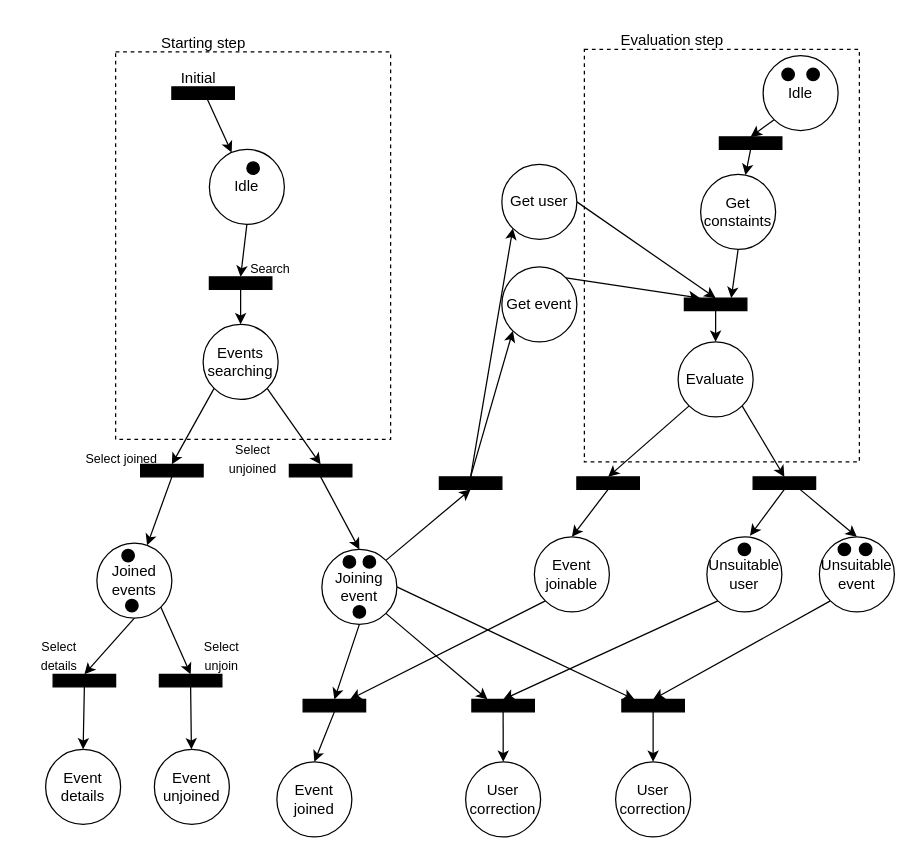
Above: project/UMLpetriNets.drawio in josura/HCI (draw.io), before the change. Source tidied: cells renumbered, new cells numbered last; positions are measured from the earlier drawing's top-left corner, leaving out a move shared by most shapes. Both pictures are drawn from the tidied source at 125%, with x=0, y=0 at pixel (21, 21).
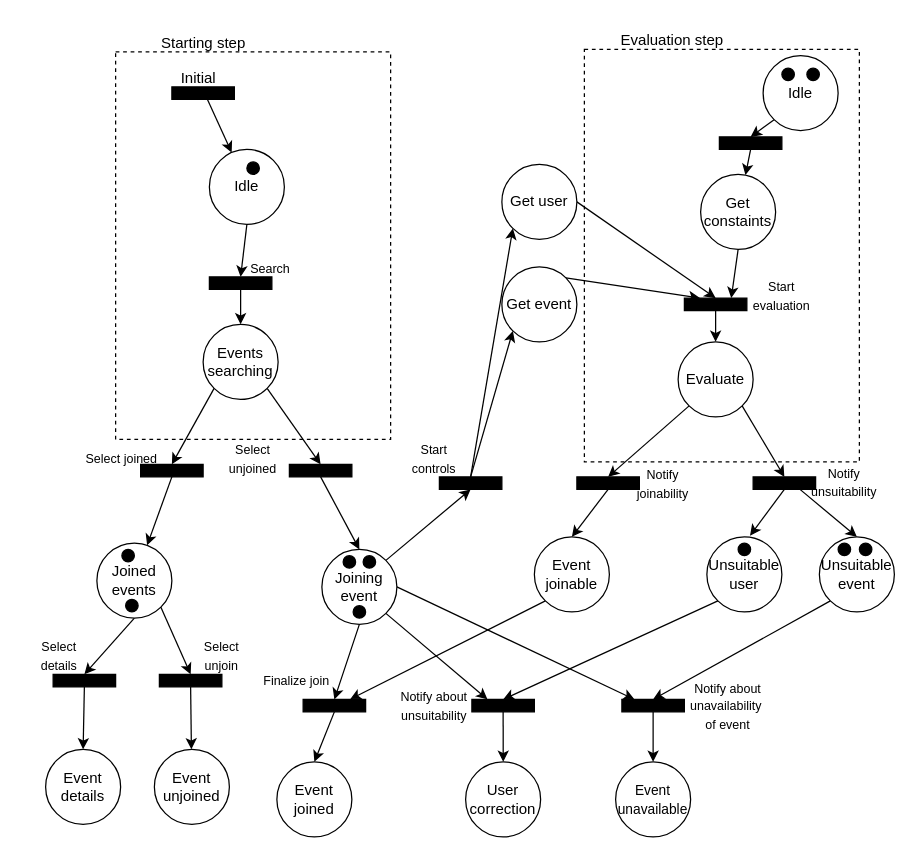
The same diagram, later.

The edit, as a diff of the source:
```diff
@@
-    <mxCell id="76" value="User correction" style="ellipse;whiteSpace=wrap;html=1;" parent="1" vertex="1">
+    <mxCell id="76" value="&lt;font style=&quot;font-size: 11px;&quot;&gt;Event unavailable&lt;/font&gt;" style="ellipse;whiteSpace=wrap;html=1;" parent="1" vertex="1">
       <mxGeometry x="475" y="592" width="60" height="60" as="geometry" />
     </mxCell>
@@
+    <mxCell id="88" value="&lt;font size=&quot;1&quot;&gt;Finalize join&lt;br&gt;&lt;/font&gt;" style="text;html=1;strokeColor=none;fillColor=none;align=center;verticalAlign=middle;whiteSpace=wrap;rounded=0;" parent="1" vertex="1">
+      <mxGeometry x="190" y="512" width="60" height="30" as="geometry" />
+    </mxCell>
+    <mxCell id="89" value="&lt;font size=&quot;1&quot;&gt;Notify about&lt;br&gt;unsuitability&lt;br&gt;&lt;/font&gt;" style="text;html=1;strokeColor=none;fillColor=none;align=center;verticalAlign=middle;whiteSpace=wrap;rounded=0;" parent="1" vertex="1">
+      <mxGeometry x="300" y="532" width="60" height="30" as="geometry" />
+    </mxCell>
+    <mxCell id="90" value="&lt;font size=&quot;1&quot;&gt;Notify about&lt;br&gt;unavailability&amp;nbsp;&lt;br&gt;of event&lt;br&gt;&lt;/font&gt;" style="text;html=1;strokeColor=none;fillColor=none;align=center;verticalAlign=middle;whiteSpace=wrap;rounded=0;" parent="1" vertex="1">
+      <mxGeometry x="535" y="532" width="60" height="30" as="geometry" />
+    </mxCell>
+    <mxCell id="91" value="&lt;font size=&quot;1&quot;&gt;Start controls&lt;br&gt;&lt;/font&gt;" style="text;html=1;strokeColor=none;fillColor=none;align=center;verticalAlign=middle;whiteSpace=wrap;rounded=0;" parent="1" vertex="1">
+      <mxGeometry x="300" y="334" width="60" height="30" as="geometry" />
+    </mxCell>
+    <mxCell id="92" value="&lt;font size=&quot;1&quot;&gt;Start evaluation&lt;br&gt;&lt;/font&gt;" style="text;html=1;strokeColor=none;fillColor=none;align=center;verticalAlign=middle;whiteSpace=wrap;rounded=0;" parent="1" vertex="1">
+      <mxGeometry x="578" y="204" width="60" height="30" as="geometry" />
+    </mxCell>
+    <mxCell id="93" value="&lt;font size=&quot;1&quot;&gt;Notify&lt;br&gt;joinability&lt;br&gt;&lt;/font&gt;" style="text;html=1;strokeColor=none;fillColor=none;align=center;verticalAlign=middle;whiteSpace=wrap;rounded=0;" parent="1" vertex="1">
+      <mxGeometry x="483" y="354" width="60" height="30" as="geometry" />
+    </mxCell>
+    <mxCell id="94" value="&lt;font size=&quot;1&quot;&gt;Notify&lt;br&gt;unsuitability&lt;br&gt;&lt;/font&gt;" style="text;html=1;strokeColor=none;fillColor=none;align=center;verticalAlign=middle;whiteSpace=wrap;rounded=0;" parent="1" vertex="1">
+      <mxGeometry x="628" y="354" width="60" height="28" as="geometry" />
+    </mxCell>
```
